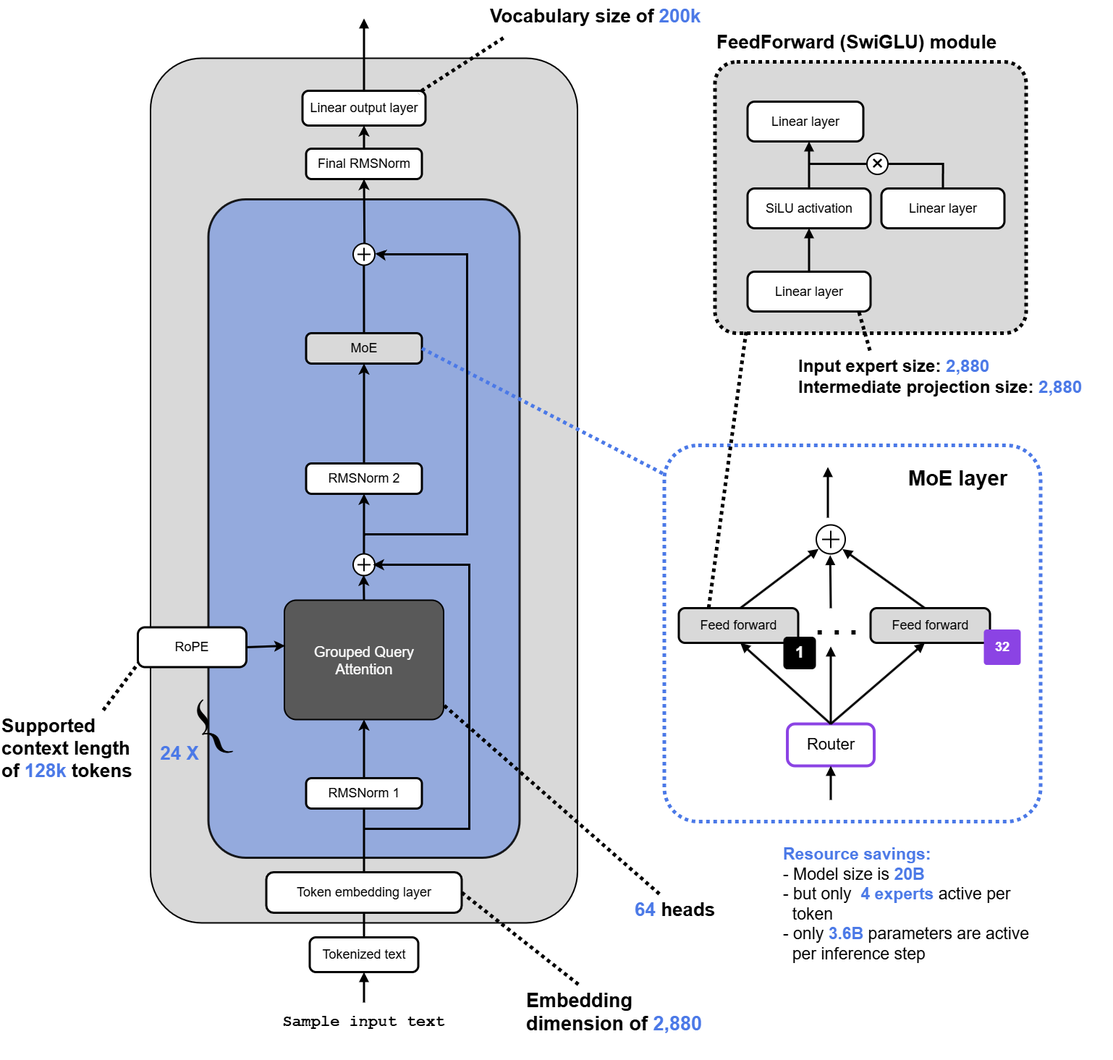
The draw.io diagram Models/Gpt-oss/GPT-OSS-(20B).drawio.png in EarthWind/deeparch, before a commit. Source tidied: cells renumbered, new cells last; positions are measured from the earlier drawing's top-left corner, leaving out a move shared by most shapes.
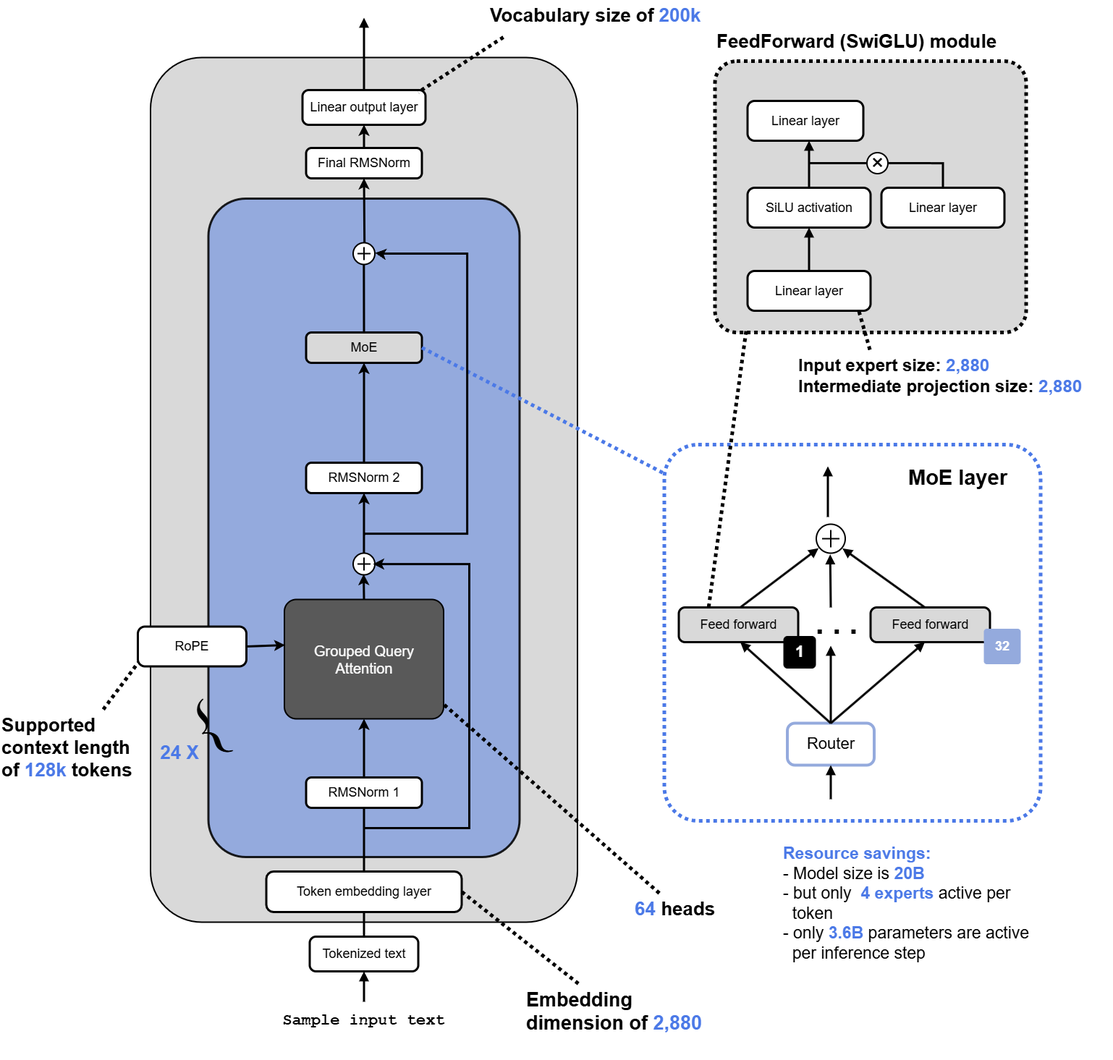
The same file after the commit.

What changed in the source:
```diff
@@ -126,13 +126,13 @@
     <mxCell id="38" value="Feed forward" style="rounded=1;whiteSpace=wrap;html=1;arcSize=18;strokeColor=#000000;strokeWidth=3;fillColor=#d9d9d9;fontFamily=Arial;fontSize=18;fontColor=#000000;align=center;verticalAlign=middle;" parent="1" vertex="1">
       <mxGeometry x="1202.5" y="840" width="165" height="48" as="geometry" />
     </mxCell>
-    <mxCell id="39" value="Router" style="rounded=1;whiteSpace=wrap;html=1;arcSize=18;strokeColor=light-dark(#8B43E4,#268DD8);strokeWidth=4;fillColor=#ffffff;fontFamily=Arial;fontSize=22;fontColor=#000000;align=center;verticalAlign=middle;" parent="1" vertex="1">
+    <mxCell id="39" value="Router" style="rounded=1;whiteSpace=wrap;html=1;arcSize=18;strokeColor=light-dark(#94AADD,#268DD8);strokeWidth=4;fillColor=#ffffff;fontFamily=Arial;fontSize=22;fontColor=#000000;align=center;verticalAlign=middle;" parent="1" vertex="1">
       <mxGeometry x="1087.5" y="1000" width="120" height="58" as="geometry" />
     </mxCell>
     <mxCell id="40" value="1" style="rounded=1;whiteSpace=wrap;html=1;arcSize=12;strokeColor=#000000;strokeWidth=1;fillColor=#000000;fontFamily=Arial;fontStyle=1;fontSize=22;fontColor=#ffffff;align=center;verticalAlign=middle;" parent="1" vertex="1">
       <mxGeometry x="1082.5" y="880" width="44" height="44" as="geometry" />
     </mxCell>
-    <mxCell id="41" value="32" style="rounded=1;whiteSpace=wrap;html=1;arcSize=8;strokeColor=light-dark(#8B43E4,#268DD8);strokeWidth=1;fillColor=light-dark(#8B43E4,#268DD8);fontFamily=Arial;fontStyle=1;fontSize=18;fontColor=#ffffff;align=center;verticalAlign=middle;" parent="1" vertex="1">
+    <mxCell id="41" value="32" style="rounded=1;whiteSpace=wrap;html=1;arcSize=8;strokeColor=light-dark(#94AADD,#268DD8);strokeWidth=1;fillColor=light-dark(#94AADD,#268DD8);fontFamily=Arial;fontStyle=1;fontSize=18;fontColor=#ffffff;align=center;verticalAlign=middle;" parent="1" vertex="1">
       <mxGeometry x="1359.5" y="870" width="50" height="48" as="geometry" />
     </mxCell>
     <mxCell id="42" value="&lt;font style=&quot;font-size: 42px;&quot;&gt;. . .&lt;/font&gt;" style="text;html=1;strokeColor=none;fillColor=none;align=left;verticalAlign=top;whiteSpace=wrap;rounded=0;fontFamily=Arial;fontSize=34;fontStyle=1;fontColor=#000000;align=center;verticalAlign=middle;" parent="1" vertex="1">
```
